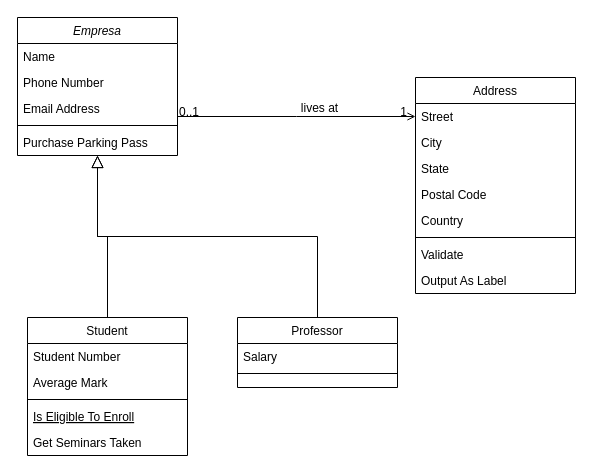
Before: Diagrama sin título.drawio in nicotorboli/unqui-po2-torboli, a draw.io diagram. Source tidied: cells renumbered, new cells numbered last; positions are measured from the earlier drawing's top-left corner, leaving out a move shared by most shapes. Both pictures are drawn from the tidied source at 100%, with x=0, y=0 at pixel (17, 17).
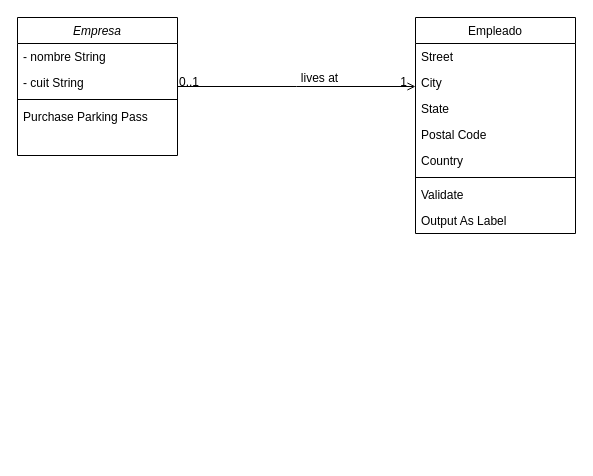
Above is the later version.

Unchanged cells that the change refers to:
```xml
<mxCell id="2" value="Empresa" style="swimlane;fontStyle=2;align=center;verticalAlign=top;horizontal=1;startSize=26;rounded=0;shadow=0;strokeWidth=1;" parent="1" vertex="1">
  <mxGeometry width="160" height="138" as="geometry" />
</mxCell>
```

Change to the diagram source:
```diff
@@
-    <mxCell id="3" value="Name" style="text;align=left;verticalAlign=top;spacingLeft=4;spacingRight=4;overflow=hidden;" parent="2" vertex="1">
-      <mxGeometry y="26" width="160" height="26" as="geometry" />
-    </mxCell>
-    <mxCell id="4" value="Phone Number" style="text;align=left;verticalAlign=top;spacingLeft=4;spacingRight=4;overflow=hidden;rounded=0;shadow=0;html=0;" parent="2" vertex="1">
-      <mxGeometry y="52" width="160" height="26" as="geometry" />
+    <mxCell id="4" value="- nombre String    &#10;            " style="text;align=left;verticalAlign=top;spacingLeft=4;spacingRight=4;overflow=hidden;rounded=0;shadow=0;html=0;" parent="2" vertex="1">
+      <mxGeometry y="26" width="160" height="26" as="geometry" />
     </mxCell>
-    <mxCell id="5" value="Email Address" style="text;align=left;verticalAlign=top;spacingLeft=4;spacingRight=4;overflow=hidden;rounded=0;shadow=0;html=0;" parent="2" vertex="1">
-      <mxGeometry y="78" width="160" height="26" as="geometry" />
+    <mxCell id="5" value="- cuit String" style="text;align=left;verticalAlign=top;spacingLeft=4;spacingRight=4;overflow=hidden;rounded=0;shadow=0;html=0;" parent="2" vertex="1">
+      <mxGeometry y="52" width="160" height="26" as="geometry" />
     </mxCell>
     <mxCell id="6" style="line;html=1;strokeWidth=1;align=left;verticalAlign=middle;spacingTop=-1;spacingLeft=3;spacingRight=3;labelPosition=right;" parent="2" vertex="1">
-      <mxGeometry y="104" width="160" height="8" as="geometry" />
+      <mxGeometry y="78" width="160" height="8" as="geometry" />
     </mxCell>
     <mxCell id="7" value="Purchase Parking Pass" style="text;align=left;verticalAlign=top;spacingLeft=4;spacingRight=4;overflow=hidden;" parent="2" vertex="1">
-      <mxGeometry y="112" width="160" height="26" as="geometry" />
+      <mxGeometry y="86" width="160" height="26" as="geometry" />
     </mxCell>
-    <mxCell id="8" value="Student" style="swimlane;fontStyle=0;align=center;verticalAlign=top;horizontal=1;startSize=26;rounded=0;shadow=0;strokeWidth=1;" parent="1" vertex="1">
-      <mxGeometry x="10" y="300" width="160" height="138" as="geometry" />
-    </mxCell>
-    <mxCell id="9" value="Student Number" style="text;align=left;verticalAlign=top;spacingLeft=4;spacingRight=4;overflow=hidden;" parent="8" vertex="1">
-      <mxGeometry y="26" width="160" height="26" as="geometry" />
-    </mxCell>
-    <mxCell id="10" value="Average Mark" style="text;align=left;verticalAlign=top;spacingLeft=4;spacingRight=4;overflow=hidden;rounded=0;shadow=0;html=0;" parent="8" vertex="1">
-      <mxGeometry y="52" width="160" height="26" as="geometry" />
-    </mxCell>
-    <mxCell id="11" style="line;html=1;strokeWidth=1;align=left;verticalAlign=middle;spacingTop=-1;spacingLeft=3;spacingRight=3;labelPosition=right;" parent="8" vertex="1">
-      <mxGeometry y="78" width="160" height="8" as="geometry" />
-    </mxCell>
-    <mxCell id="12" value="Is Eligible To Enroll" style="text;align=left;verticalAlign=top;spacingLeft=4;spacingRight=4;overflow=hidden;fontStyle=4;" parent="8" vertex="1">
-      <mxGeometry y="86" width="160" height="26" as="geometry" />
-    </mxCell>
-    <mxCell id="13" value="Get Seminars Taken" style="text;align=left;verticalAlign=top;spacingLeft=4;spacingRight=4;overflow=hidden;" parent="8" vertex="1">
-      <mxGeometry y="112" width="160" height="26" as="geometry" />
-    </mxCell>
-    <mxCell id="14" style="endArrow=block;endSize=10;endFill=0;shadow=0;strokeWidth=1;rounded=0;curved=0;edgeStyle=elbowEdgeStyle;elbow=vertical;" parent="1" edge="1" source="8" target="2">
-      <mxGeometry relative="1" as="geometry" />
-    </mxCell>
-    <mxCell id="15" value="Professor" style="swimlane;fontStyle=0;align=center;verticalAlign=top;horizontal=1;startSize=26;rounded=0;shadow=0;strokeWidth=1;" parent="1" vertex="1">
-      <mxGeometry x="220" y="300" width="160" height="70" as="geometry" />
-    </mxCell>
-    <mxCell id="16" value="Salary" style="text;align=left;verticalAlign=top;spacingLeft=4;spacingRight=4;overflow=hidden;" parent="15" vertex="1">
-      <mxGeometry y="26" width="160" height="26" as="geometry" />
-    </mxCell>
-    <mxCell id="17" style="line;html=1;strokeWidth=1;align=left;verticalAlign=middle;spacingTop=-1;spacingLeft=3;spacingRight=3;labelPosition=right;" parent="15" vertex="1">
-      <mxGeometry y="52" width="160" height="8" as="geometry" />
-    </mxCell>
-    <mxCell id="18" style="endArrow=block;endSize=10;endFill=0;shadow=0;strokeWidth=1;rounded=0;curved=0;edgeStyle=elbowEdgeStyle;elbow=vertical;" parent="1" edge="1" source="15" target="2">
-      <mxGeometry relative="1" as="geometry" />
-    </mxCell>
-    <mxCell id="19" value="Address" style="swimlane;fontStyle=0;align=center;verticalAlign=top;horizontal=1;startSize=26;rounded=0;shadow=0;strokeWidth=1;" parent="1" vertex="1">
-      <mxGeometry x="398" y="60" width="160" height="216" as="geometry" />
+    <mxCell id="19" value="Empleado" style="swimlane;fontStyle=0;align=center;verticalAlign=top;horizontal=1;startSize=26;rounded=0;shadow=0;strokeWidth=1;" parent="1" vertex="1">
+      <mxGeometry x="398" width="160" height="216" as="geometry" />
     </mxCell>
```
